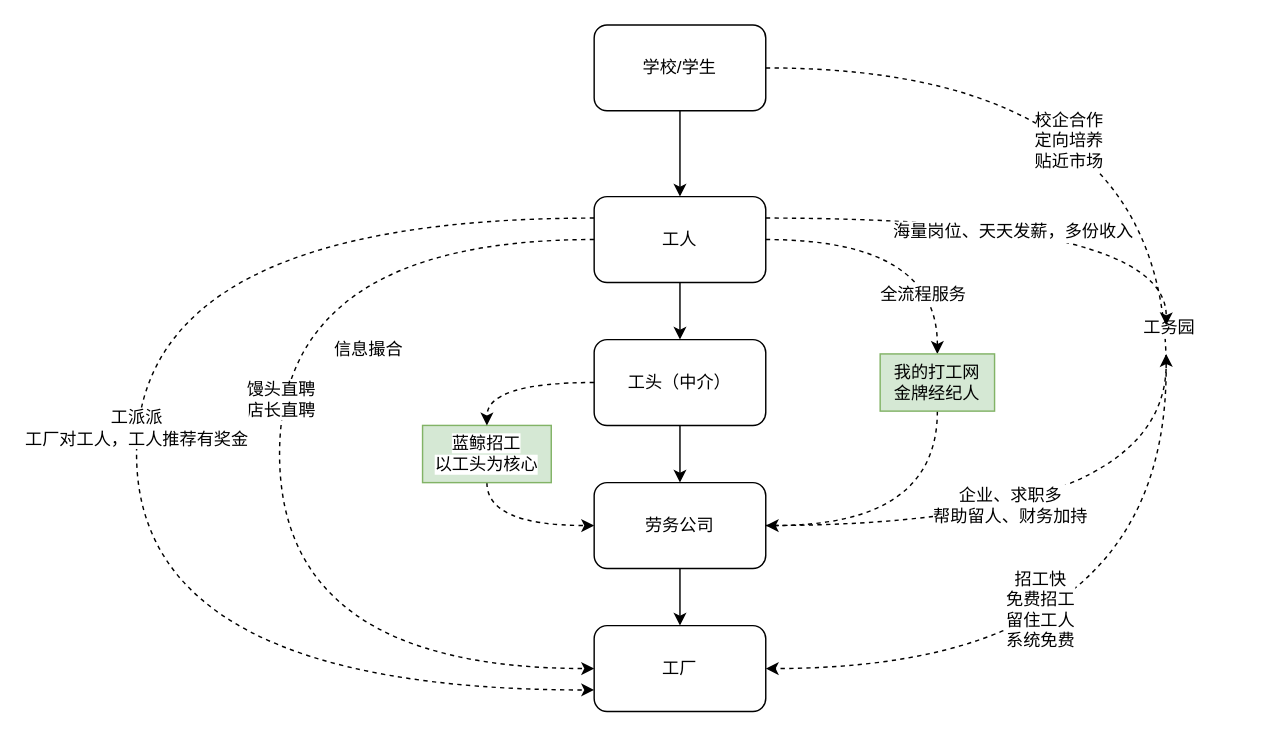
layken/jinrirencai keeps this draw.io diagram as page "整体" (2 of 2) of 我的打工网.drawio. Above is the earlier version. Source tidied: cells renumbered, new cells numbered last; positions are measured from the earlier drawing's top-left corner, leaving out a move shared by most shapes. Both pictures are drawn from the tidied source at 143%, with x=0, y=0 at pixel (136, 24).
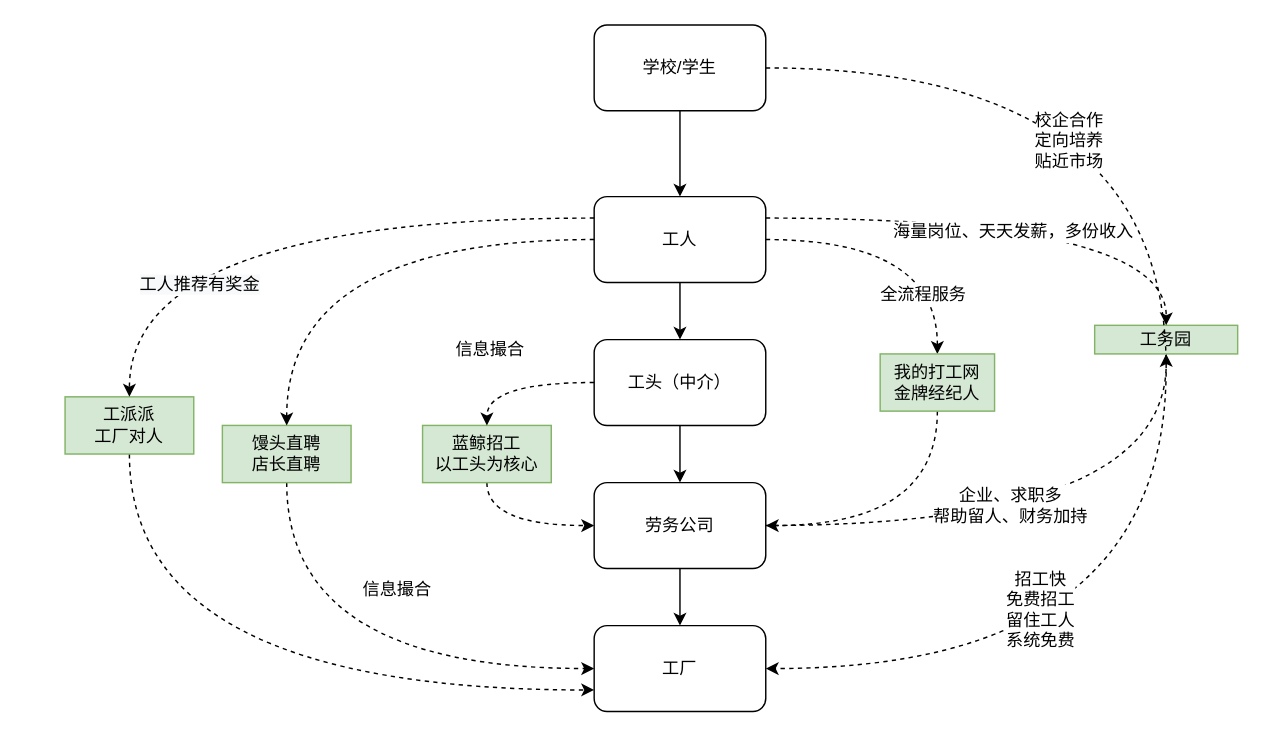
After the change.

Commit message:
更新我的打工网.drawio

The change refers to these unchanged cells:
```xml
<mxCell id="11" value="工人" style="rounded=1;whiteSpace=wrap;html=1;" parent="1" vertex="1">
  <mxGeometry x="320" y="120" width="120" height="60" as="geometry" />
</mxCell>
<mxCell id="12" style="edgeStyle=orthogonalEdgeStyle;curved=1;rounded=0;jettySize=auto;html=1;dashed=1;entryX=1;entryY=0.5;entryDx=0;entryDy=0;exitX=1;exitY=0.5;exitDx=0;exitDy=0;" parent="1" edge="1" source="16" target="22">
  <mxGeometry relative="1" as="geometry">
    <Array as="points">
      <mxPoint x="720" y="30" />
      <mxPoint x="720" y="450" />
    </Array>
  </mxGeometry>
</mxCell>
<mxCell id="22" value="工厂" style="rounded=1;whiteSpace=wrap;html=1;" parent="1" vertex="1">
  <mxGeometry x="320" y="420" width="120" height="60" as="geometry" />
</mxCell>
```

What changed in the source:
```diff
@@
+    <mxCell id="13" value="工务园" style="rounded=0;whiteSpace=wrap;html=1;fillColor=#d5e8d4;strokeColor=#82b366;" parent="1" vertex="1">
+      <mxGeometry x="670" y="210" width="100" height="20" as="geometry" />
+    </mxCell>
@@
-    <mxCell id="5" style="edgeStyle=orthogonalEdgeStyle;curved=1;rounded=0;jettySize=auto;html=1;entryX=0;entryY=0.5;entryDx=0;entryDy=0;exitX=0;exitY=0.5;exitDx=0;exitDy=0;dashed=1;" parent="1" edge="1" source="11" target="22">
+    <mxCell id="5" style="edgeStyle=orthogonalEdgeStyle;curved=1;rounded=0;jettySize=auto;html=1;entryX=0;entryY=0.5;entryDx=0;entryDy=0;exitX=0.5;exitY=1;exitDx=0;exitDy=0;dashed=1;" parent="1" edge="1" source="6" target="22">
       <mxGeometry relative="1" as="geometry">
         <Array as="points">
-          <mxPoint x="100" y="150" />
-          <mxPoint x="100" y="450" />
+          <mxPoint x="105" y="450" />
         </Array>
       </mxGeometry>
     </mxCell>
-    <mxCell id="6" value="馒头直聘&lt;br&gt;店长直聘" style="text;html=1;align=center;verticalAlign=middle;points=[];labelBackgroundColor=#ffffff;" parent="5" vertex="1">
-      <mxGeometry x="-0.12" y="1" relative="1" as="geometry">
-        <mxPoint x="-1" y="5" as="offset" />
-      </mxGeometry>
-    </mxCell>
@@
-    <mxCell id="8" style="edgeStyle=orthogonalEdgeStyle;curved=1;rounded=0;jettySize=auto;html=1;dashed=1;entryX=0;entryY=0.75;entryDx=0;entryDy=0;exitX=0;exitY=0.25;exitDx=0;exitDy=0;" parent="1" edge="1" source="11" target="22">
+    <mxCell id="8" style="edgeStyle=orthogonalEdgeStyle;curved=1;rounded=0;jettySize=auto;html=1;dashed=1;entryX=0;entryY=0.75;entryDx=0;entryDy=0;exitX=0.5;exitY=1;exitDx=0;exitDy=0;" parent="1" edge="1" source="31" target="22">
       <mxGeometry relative="1" as="geometry">
         <Array as="points">
-          <mxPoint y="135" />
-          <mxPoint y="465" />
+          <mxPoint x="-5" y="465" />
         </Array>
       </mxGeometry>
     </mxCell>
-    <mxCell id="9" value="工派派&lt;br&gt;工厂对工人，工人推荐有奖金" style="text;html=1;align=center;verticalAlign=middle;labelBackgroundColor=#ffffff;" parent="8" vertex="1">
-      <mxGeometry x="-0.04" y="-1" relative="1" as="geometry" />
-    </mxCell>
@@
-    <mxCell id="13" value="工务园" style="text;html=1;align=center;verticalAlign=middle;labelBackgroundColor=#ffffff;" parent="12" vertex="1">
-      <mxGeometry x="-0.06" y="1" relative="1" as="geometry" />
-    </mxCell>
@@
-    <mxCell id="29" value="&lt;span style=&quot;background-color: rgb(255 , 255 , 255)&quot;&gt;蓝鲸招工&lt;/span&gt;&lt;br style=&quot;background-color: rgb(255 , 255 , 255)&quot;&gt;&lt;span style=&quot;background-color: rgb(255 , 255 , 255)&quot;&gt;以工头为核心&lt;/span&gt;" style="rounded=0;whiteSpace=wrap;html=1;fillColor=#d5e8d4;strokeColor=#82b366;" parent="1" vertex="1">
+    <mxCell id="29" value="蓝鲸招工&lt;br&gt;以工头为核心" style="rounded=0;whiteSpace=wrap;html=1;fillColor=#d5e8d4;strokeColor=#82b366;" parent="1" vertex="1">
       <mxGeometry x="200" y="280" width="90" height="40" as="geometry" />
     </mxCell>
@@
+    <mxCell id="31" value="&lt;span style=&quot;white-space: nowrap&quot;&gt;工派派&lt;/span&gt;&lt;br style=&quot;white-space: nowrap&quot;&gt;&lt;span style=&quot;white-space: nowrap&quot;&gt;工厂对人&lt;br&gt;&lt;/span&gt;" style="rounded=0;whiteSpace=wrap;html=1;fillColor=#d5e8d4;strokeColor=#82b366;" parent="1" vertex="1">
+      <mxGeometry x="-50" y="260" width="90" height="40" as="geometry" />
+    </mxCell>
+    <mxCell id="32" style="edgeStyle=orthogonalEdgeStyle;curved=1;rounded=0;jettySize=auto;html=1;dashed=1;entryX=0.5;entryY=0;entryDx=0;entryDy=0;exitX=0;exitY=0.25;exitDx=0;exitDy=0;" parent="1" edge="1" source="11" target="31">
+      <mxGeometry relative="1" as="geometry" />
+    </mxCell>
+    <mxCell id="33" value="&lt;span style=&quot;background-color: rgb(248 , 249 , 250)&quot;&gt;工人推荐有奖金&lt;/span&gt;" style="text;html=1;align=center;verticalAlign=middle;labelBackgroundColor=#ffffff;" parent="32" vertex="1">
+      <mxGeometry x="0.23" y="46" relative="1" as="geometry" />
+    </mxCell>
+    <mxCell id="6" value="&lt;span style=&quot;white-space: nowrap&quot;&gt;馒头直聘&lt;/span&gt;&lt;br style=&quot;white-space: nowrap&quot;&gt;&lt;span style=&quot;white-space: nowrap&quot;&gt;店长直聘&lt;/span&gt;" style="rounded=0;whiteSpace=wrap;html=1;fillColor=#d5e8d4;strokeColor=#82b366;" parent="1" vertex="1">
+      <mxGeometry x="60" y="280" width="90" height="40" as="geometry" />
+    </mxCell>
+    <mxCell id="34" style="edgeStyle=orthogonalEdgeStyle;curved=1;rounded=0;jettySize=auto;html=1;entryX=0.5;entryY=0;entryDx=0;entryDy=0;exitX=0;exitY=0.5;exitDx=0;exitDy=0;dashed=1;" parent="1" edge="1" source="11" target="6">
+      <mxGeometry relative="1" as="geometry" />
+    </mxCell>
+    <mxCell id="35" value="信息撮合" style="text;html=1;align=center;verticalAlign=middle;labelBackgroundColor=#ffffff;" parent="34" vertex="1">
+      <mxGeometry x="-0.57" y="76" relative="1" as="geometry" />
+    </mxCell>
```
